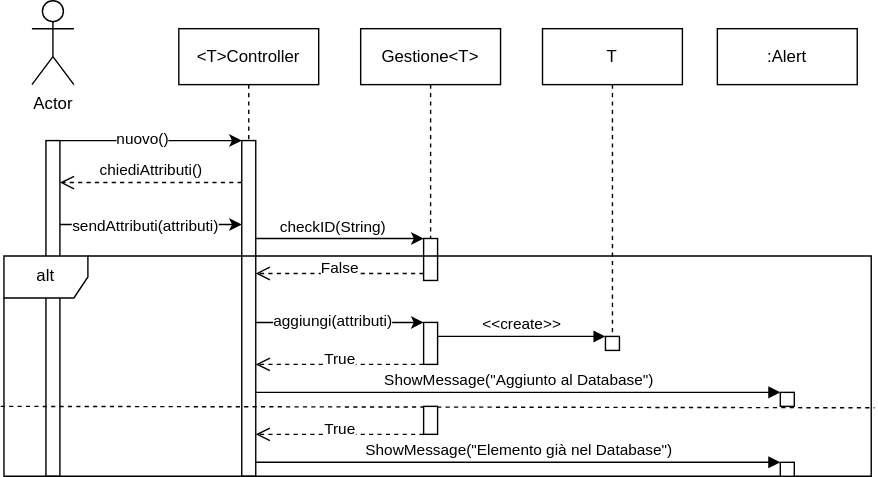
Above: Design/SequenceDiagramAggiungiT.svg in doppiaaa/Progetto-Biblioteca-Ingegneria-del-Software (draw.io), before the change. Source tidied: cells renumbered, new cells last; positions are measured from the earlier drawing's top-left corner, leaving out a move shared by most shapes.
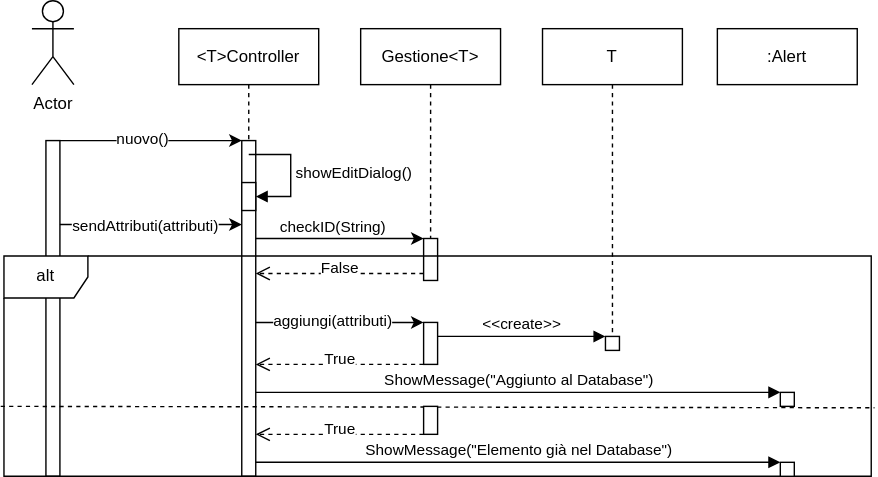
The same file after the commit.

The edit, as a diff of the source:
```diff
@@ -22,12 +22,6 @@
         <mxPoint x="7" as="offset" />
       </mxGeometry>
     </mxCell>
-    <mxCell id="7" value="chiediAttributi()" style="html=1;verticalAlign=bottom;endArrow=open;dashed=1;endSize=8;curved=0;rounded=0;" parent="1" edge="1">
-      <mxGeometry relative="1" as="geometry">
-        <mxPoint x="172" y="130" as="sourcePoint" />
-        <mxPoint x="42" y="130" as="targetPoint" />
-      </mxGeometry>
-    </mxCell>
     <mxCell id="8" style="endArrow=classic;html=1;rounded=0;entryX=0;entryY=0;entryDx=0;entryDy=5;entryPerimeter=0;" parent="1" edge="1">
       <mxGeometry relative="1" as="geometry">
         <mxPoint x="42" y="160" as="sourcePoint" />
@@ -128,5 +122,16 @@
     <mxCell id="31" style="html=1;points=[[0,0,0,0,5],[0,1,0,0,-5],[1,0,0,0,5],[1,1,0,0,-5]];perimeter=orthogonalPerimeter;outlineConnect=0;targetShapes=umlLifeline;portConstraint=eastwest;newEdgeStyle={&quot;curved&quot;:0,&quot;rounded&quot;:0};" parent="1" vertex="1">
       <mxGeometry x="557" y="330" width="10" height="10" as="geometry" />
     </mxCell>
+    <mxCell id="32" style="html=1;points=[[0,0,0,0,5],[0,1,0,0,-5],[1,0,0,0,5],[1,1,0,0,-5]];perimeter=orthogonalPerimeter;outlineConnect=0;targetShapes=umlLifeline;portConstraint=eastwest;newEdgeStyle={&quot;curved&quot;:0,&quot;rounded&quot;:0};" parent="1" vertex="1">
+      <mxGeometry x="172" y="130" width="10" height="20" as="geometry" />
+    </mxCell>
+    <mxCell id="33" value="showEditDialog()" style="html=1;align=left;spacingLeft=2;endArrow=block;rounded=0;edgeStyle=orthogonalEdgeStyle;curved=0;rounded=0;" parent="1" edge="1" target="32">
+      <mxGeometry relative="1" as="geometry">
+        <mxPoint x="177" y="110" as="sourcePoint" />
+        <Array as="points">
+          <mxPoint x="207" y="140" />
+        </Array>
+      </mxGeometry>
+    </mxCell>
   </root>
 </mxGraphModel>
```
